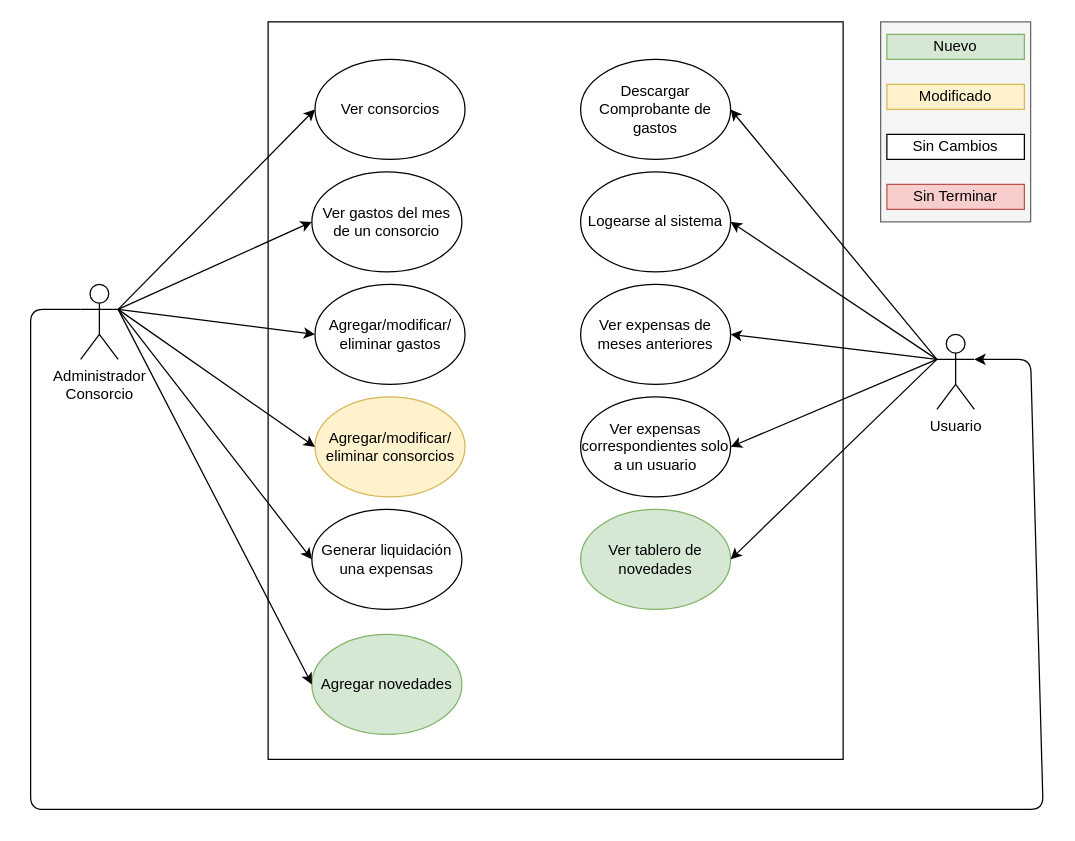
This is united-consortium-doc/use-cases-sources/use-cases.drawio from fbritez/consorcio-unido, a draw.io file, before an edit. Source tidied: cells renumbered, new cells numbered last; positions are measured from the earlier drawing's top-left corner, leaving out a move shared by most shapes. Both pictures are drawn from the tidied source at 125%, with x=0, y=0 at pixel (30, 21).
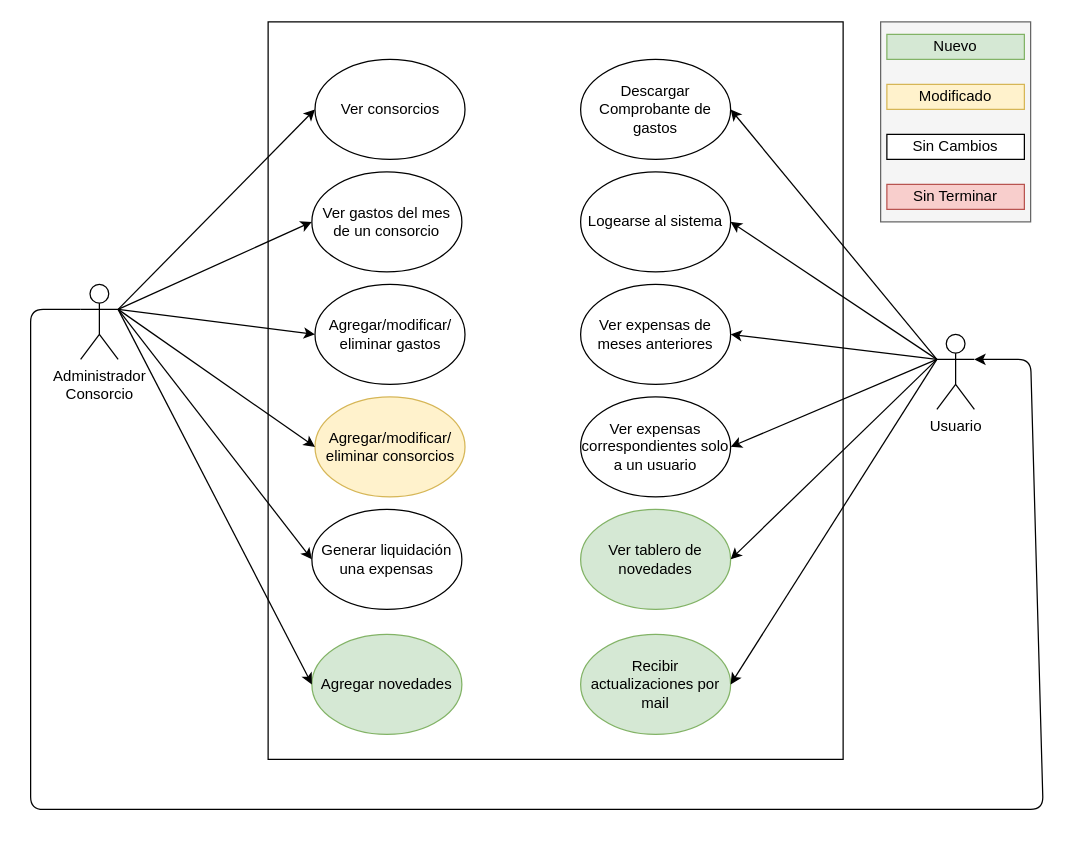
The same diagram, later.

The change refers to these unchanged cells:
```xml
<mxCell id="19" value="Usuario" style="shape=umlActor;verticalLabelPosition=bottom;verticalAlign=top;html=1;outlineConnect=0;" parent="1" vertex="1">
  <mxGeometry x="725" y="250" width="30" height="60" as="geometry" />
</mxCell>
```

What changed in the source:
```diff
@@
+    <mxCell id="33" value="Recibir actualizaciones por mail" style="ellipse;whiteSpace=wrap;html=1;fillColor=#d5e8d4;strokeColor=#82b366;" parent="1" vertex="1">
+      <mxGeometry x="440" y="490" width="120" height="80" as="geometry" />
+    </mxCell>
+    <mxCell id="34" style="endArrow=classic;html=1;exitX=0;exitY=0.3333333333333333;exitDx=0;exitDy=0;exitPerimeter=0;entryX=1;entryY=0.5;entryDx=0;entryDy=0;" parent="1" edge="1" source="19" target="33">
+      <mxGeometry relative="1" as="geometry" />
+    </mxCell>
```
